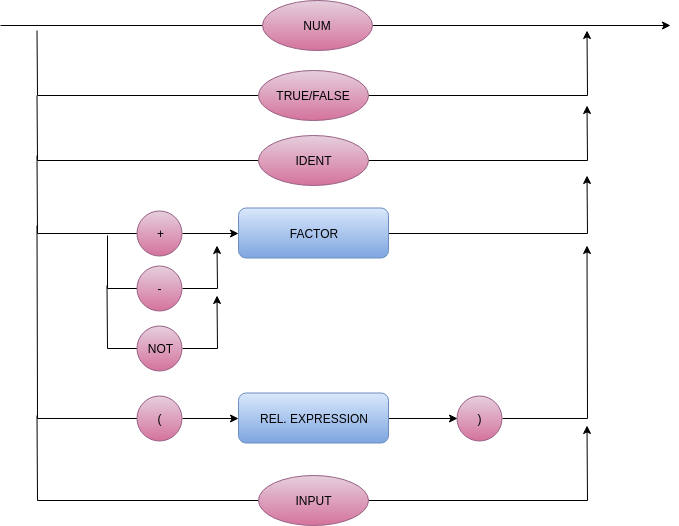
Leostayner/Compilador-LM keeps this draw.io diagram as Imgs/FACTOR.png. Above is the earlier version. Source tidied: cells renumbered, new cells last; positions are measured from the earlier drawing's top-left corner, leaving out a move shared by most shapes.
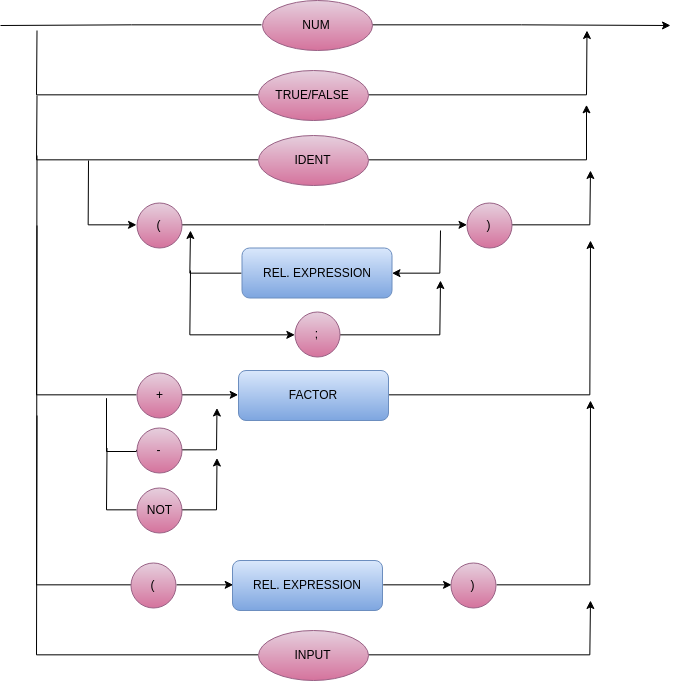
Above is the later version.

Change to the diagram source:
```diff
@@ -2,131 +2,179 @@
   <root>
     <mxCell id="0" />
     <mxCell id="1" parent="0" />
-    <mxCell id="2" style="edgeStyle=orthogonalEdgeStyle;rounded=0;jettySize=auto;html=1;exitX=1;exitY=0.5;exitDx=0;exitDy=0;endArrow=classic;endFill=1;" parent="1" edge="1" source="3">
-      <mxGeometry relative="1" as="geometry">
-        <mxPoint x="586.5" y="175" as="targetPoint" />
-      </mxGeometry>
-    </mxCell>
+    <mxCell id="32" style="edgeStyle=orthogonalEdgeStyle;rounded=0;jettySize=auto;html=1;exitX=1;exitY=0.5;exitDx=0;exitDy=0;startArrow=none;startFill=0;endArrow=classic;endFill=1;" parent="1" edge="1" source="3">
+      <mxGeometry relative="1" as="geometry">
+        <mxPoint x="3610" y="1250" as="targetPoint" />
+      </mxGeometry>
+    </mxCell>
     <mxCell id="3" value="FACTOR" style="rounded=1;whiteSpace=wrap;html=1;gradientColor=#7ea6e0;fillColor=#dae8fc;strokeColor=#6c8ebf;" parent="1" vertex="1">
-      <mxGeometry x="238" y="207.5" width="150" height="50" as="geometry" />
+      <mxGeometry x="3258" y="1380" width="150" height="50" as="geometry" />
     </mxCell>
-    <mxCell id="4" style="edgeStyle=orthogonalEdgeStyle;rounded=0;jettySize=auto;html=1;exitX=0;exitY=0.5;exitDx=0;exitDy=0;endArrow=none;endFill=0;" parent="1" edge="1" source="6">
-      <mxGeometry relative="1" as="geometry">
-        <mxPoint y="25" as="targetPoint" />
-      </mxGeometry>
-    </mxCell>
-    <mxCell id="5" style="edgeStyle=orthogonalEdgeStyle;rounded=0;jettySize=auto;html=1;exitX=1;exitY=0.5;exitDx=0;exitDy=0;" parent="1" edge="1" source="6">
-      <mxGeometry relative="1" as="geometry">
-        <mxPoint x="670" y="25" as="targetPoint" />
-      </mxGeometry>
-    </mxCell>
+    <mxCell id="33" style="edgeStyle=orthogonalEdgeStyle;rounded=0;jettySize=auto;html=1;exitX=0;exitY=0.5;exitDx=0;exitDy=0;endArrow=none;endFill=0;" parent="1" edge="1" source="6">
+      <mxGeometry relative="1" as="geometry">
+        <mxPoint x="3020" y="1035" as="targetPoint" />
+      </mxGeometry>
+    </mxCell>
+    <mxCell id="34" style="edgeStyle=orthogonalEdgeStyle;rounded=0;jettySize=auto;html=1;exitX=1;exitY=0.5;exitDx=0;exitDy=0;" parent="1" edge="1" source="6">
+      <mxGeometry relative="1" as="geometry">
+        <mxPoint x="3690" y="1035" as="targetPoint" />
+      </mxGeometry>
+    </mxCell>
     <mxCell id="6" value="NUM" style="ellipse;whiteSpace=wrap;html=1;gradientColor=#d5739d;fillColor=#e6d0de;strokeColor=#996185;" parent="1" vertex="1">
-      <mxGeometry x="261.5" width="110" height="50" as="geometry" />
+      <mxGeometry x="3281.5" y="1010" width="110" height="50" as="geometry" />
     </mxCell>
-    <mxCell id="7" style="edgeStyle=orthogonalEdgeStyle;rounded=0;jettySize=auto;html=1;exitX=0;exitY=0.5;exitDx=0;exitDy=0;endArrow=none;endFill=0;" parent="1" edge="1" source="9">
-      <mxGeometry relative="1" as="geometry">
-        <mxPoint x="36.5" y="95" as="targetPoint" />
-      </mxGeometry>
-    </mxCell>
-    <mxCell id="8" style="edgeStyle=orthogonalEdgeStyle;rounded=0;jettySize=auto;html=1;exitX=1;exitY=0.5;exitDx=0;exitDy=0;" parent="1" edge="1" source="9">
-      <mxGeometry relative="1" as="geometry">
-        <mxPoint x="586.5" y="105" as="targetPoint" />
-      </mxGeometry>
-    </mxCell>
+    <mxCell id="35" style="edgeStyle=orthogonalEdgeStyle;rounded=0;jettySize=auto;html=1;exitX=0;exitY=0.5;exitDx=0;exitDy=0;endArrow=none;endFill=0;" parent="1" edge="1" source="9">
+      <mxGeometry relative="1" as="geometry">
+        <mxPoint x="3056.5" y="1105" as="targetPoint" />
+      </mxGeometry>
+    </mxCell>
+    <mxCell id="36" style="edgeStyle=orthogonalEdgeStyle;rounded=0;jettySize=auto;html=1;exitX=1;exitY=0.5;exitDx=0;exitDy=0;" parent="1" edge="1" source="9">
+      <mxGeometry relative="1" as="geometry">
+        <mxPoint x="3606.5" y="1115" as="targetPoint" />
+        <Array as="points">
+          <mxPoint x="3607" y="1170" />
+        </Array>
+      </mxGeometry>
+    </mxCell>
     <mxCell id="9" value="IDENT" style="ellipse;whiteSpace=wrap;html=1;gradientColor=#d5739d;fillColor=#e6d0de;strokeColor=#996185;" parent="1" vertex="1">
-      <mxGeometry x="258" y="135" width="110" height="50" as="geometry" />
+      <mxGeometry x="3278" y="1145" width="110" height="50" as="geometry" />
     </mxCell>
-    <mxCell id="10" style="edgeStyle=orthogonalEdgeStyle;rounded=0;jettySize=auto;html=1;exitX=0;exitY=0.5;exitDx=0;exitDy=0;endArrow=none;endFill=0;" parent="1" edge="1" source="12">
-      <mxGeometry relative="1" as="geometry">
-        <mxPoint x="36.5" y="155" as="targetPoint" />
-      </mxGeometry>
-    </mxCell>
+    <mxCell id="37" style="edgeStyle=orthogonalEdgeStyle;rounded=0;jettySize=auto;html=1;exitX=0;exitY=0.5;exitDx=0;exitDy=0;endArrow=none;endFill=0;" parent="1" edge="1" source="12">
+      <mxGeometry relative="1" as="geometry">
+        <mxPoint x="3056.5" y="1165" as="targetPoint" />
+      </mxGeometry>
+    </mxCell>
     <mxCell id="11" style="edgeStyle=orthogonalEdgeStyle;rounded=0;jettySize=auto;html=1;exitX=1;exitY=0.5;exitDx=0;exitDy=0;entryX=0;entryY=0.5;entryDx=0;entryDy=0;" parent="1" edge="1" source="12" target="3">
       <mxGeometry relative="1" as="geometry" />
     </mxCell>
     <mxCell id="12" value="+&lt;br&gt;" style="ellipse;whiteSpace=wrap;html=1;gradientColor=#d5739d;fillColor=#e6d0de;strokeColor=#996185;" parent="1" vertex="1">
-      <mxGeometry x="136.5" y="210" width="45" height="45" as="geometry" />
+      <mxGeometry x="3156.5" y="1382.5" width="45" height="45" as="geometry" />
     </mxCell>
-    <mxCell id="13" style="edgeStyle=orthogonalEdgeStyle;rounded=0;jettySize=auto;html=1;exitX=0;exitY=0.5;exitDx=0;exitDy=0;endArrow=none;endFill=0;" parent="1" edge="1" source="15">
-      <mxGeometry relative="1" as="geometry">
-        <mxPoint x="106.5" y="235" as="targetPoint" />
-        <Array as="points">
-          <mxPoint x="106.5" y="288" />
-          <mxPoint x="106.5" y="235" />
-        </Array>
-      </mxGeometry>
-    </mxCell>
-    <mxCell id="14" style="edgeStyle=orthogonalEdgeStyle;rounded=0;jettySize=auto;html=1;exitX=1;exitY=0.5;exitDx=0;exitDy=0;" parent="1" edge="1" source="15">
-      <mxGeometry relative="1" as="geometry">
-        <mxPoint x="216.5" y="245" as="targetPoint" />
-      </mxGeometry>
-    </mxCell>
+    <mxCell id="38" style="edgeStyle=orthogonalEdgeStyle;rounded=0;jettySize=auto;html=1;exitX=0;exitY=0.5;exitDx=0;exitDy=0;endArrow=none;endFill=0;" parent="1" edge="1" source="15">
+      <mxGeometry relative="1" as="geometry">
+        <mxPoint x="3126.5" y="1407.5" as="targetPoint" />
+        <Array as="points">
+          <mxPoint x="3126.5" y="1460.5" />
+          <mxPoint x="3126.5" y="1407.5" />
+        </Array>
+      </mxGeometry>
+    </mxCell>
+    <mxCell id="39" style="edgeStyle=orthogonalEdgeStyle;rounded=0;jettySize=auto;html=1;exitX=1;exitY=0.5;exitDx=0;exitDy=0;" parent="1" edge="1" source="15">
+      <mxGeometry relative="1" as="geometry">
+        <mxPoint x="3236.5" y="1417.5" as="targetPoint" />
+      </mxGeometry>
+    </mxCell>
     <mxCell id="15" value="-&lt;br&gt;" style="ellipse;whiteSpace=wrap;html=1;gradientColor=#d5739d;fillColor=#e6d0de;strokeColor=#996185;" parent="1" vertex="1">
-      <mxGeometry x="136.5" y="265" width="45" height="45" as="geometry" />
+      <mxGeometry x="3156.5" y="1437.5" width="45" height="45" as="geometry" />
     </mxCell>
-    <mxCell id="16" style="edgeStyle=orthogonalEdgeStyle;rounded=0;jettySize=auto;html=1;exitX=0;exitY=0.5;exitDx=0;exitDy=0;endArrow=none;endFill=0;" parent="1" edge="1" source="18">
-      <mxGeometry relative="1" as="geometry">
-        <mxPoint x="36.5" y="225" as="targetPoint" />
-      </mxGeometry>
-    </mxCell>
-    <mxCell id="17" style="edgeStyle=orthogonalEdgeStyle;rounded=0;jettySize=auto;html=1;exitX=1;exitY=0.5;exitDx=0;exitDy=0;entryX=0;entryY=0.5;entryDx=0;entryDy=0;" parent="1" edge="1" source="18" target="22">
-      <mxGeometry relative="1" as="geometry" />
-    </mxCell>
-    <mxCell id="18" value="(&lt;br&gt;" style="ellipse;whiteSpace=wrap;html=1;gradientColor=#d5739d;fillColor=#e6d0de;strokeColor=#996185;" parent="1" vertex="1">
-      <mxGeometry x="136.5" y="395" width="45" height="45" as="geometry" />
-    </mxCell>
-    <mxCell id="19" style="edgeStyle=orthogonalEdgeStyle;rounded=0;jettySize=auto;html=1;exitX=1;exitY=0.5;exitDx=0;exitDy=0;" parent="1" edge="1" source="20">
-      <mxGeometry relative="1" as="geometry">
-        <mxPoint x="586.5" y="245" as="targetPoint" />
-      </mxGeometry>
-    </mxCell>
-    <mxCell id="20" value=")&lt;br&gt;" style="ellipse;whiteSpace=wrap;html=1;gradientColor=#d5739d;fillColor=#e6d0de;strokeColor=#996185;" parent="1" vertex="1">
-      <mxGeometry x="456.5" y="395" width="45" height="45" as="geometry" />
-    </mxCell>
-    <mxCell id="21" style="edgeStyle=orthogonalEdgeStyle;rounded=0;jettySize=auto;html=1;exitX=1;exitY=0.5;exitDx=0;exitDy=0;entryX=0;entryY=0.5;entryDx=0;entryDy=0;" parent="1" edge="1" source="22" target="20">
-      <mxGeometry relative="1" as="geometry" />
-    </mxCell>
-    <mxCell id="22" value="REL. EXPRESSION" style="rounded=1;whiteSpace=wrap;html=1;gradientColor=#7ea6e0;fillColor=#dae8fc;strokeColor=#6c8ebf;" parent="1" vertex="1">
-      <mxGeometry x="238" y="392.5" width="150" height="50" as="geometry" />
-    </mxCell>
-    <mxCell id="23" style="edgeStyle=orthogonalEdgeStyle;rounded=0;jettySize=auto;html=1;exitX=0;exitY=0.5;exitDx=0;exitDy=0;endArrow=none;endFill=0;" parent="1" edge="1" source="25">
-      <mxGeometry relative="1" as="geometry">
-        <mxPoint x="36.5" y="415" as="targetPoint" />
-      </mxGeometry>
-    </mxCell>
-    <mxCell id="24" style="edgeStyle=orthogonalEdgeStyle;rounded=0;jettySize=auto;html=1;exitX=1;exitY=0.5;exitDx=0;exitDy=0;" parent="1" edge="1" source="25">
-      <mxGeometry relative="1" as="geometry">
-        <mxPoint x="586.5" y="425" as="targetPoint" />
-      </mxGeometry>
-    </mxCell>
+    <mxCell id="40" style="edgeStyle=orthogonalEdgeStyle;rounded=0;jettySize=auto;html=1;exitX=0;exitY=0.5;exitDx=0;exitDy=0;endArrow=none;endFill=0;" parent="1" edge="1" source="42">
+      <mxGeometry relative="1" as="geometry">
+        <mxPoint x="3056.5" y="1235" as="targetPoint" />
+      </mxGeometry>
+    </mxCell>
+    <mxCell id="41" style="edgeStyle=orthogonalEdgeStyle;rounded=0;jettySize=auto;html=1;exitX=1;exitY=0.5;exitDx=0;exitDy=0;entryX=0;entryY=0.5;entryDx=0;entryDy=0;" parent="1" edge="1" source="42" target="46">
+      <mxGeometry relative="1" as="geometry" />
+    </mxCell>
+    <mxCell id="42" value="(&lt;br&gt;" style="ellipse;whiteSpace=wrap;html=1;gradientColor=#d5739d;fillColor=#e6d0de;strokeColor=#996185;" parent="1" vertex="1">
+      <mxGeometry x="3150.5" y="1572.5" width="45" height="45" as="geometry" />
+    </mxCell>
+    <mxCell id="43" style="edgeStyle=orthogonalEdgeStyle;rounded=0;jettySize=auto;html=1;exitX=1;exitY=0.5;exitDx=0;exitDy=0;startArrow=none;startFill=0;endArrow=classic;endFill=1;" parent="1" edge="1" source="44">
+      <mxGeometry relative="1" as="geometry">
+        <mxPoint x="3610" y="1410" as="targetPoint" />
+      </mxGeometry>
+    </mxCell>
+    <mxCell id="44" value=")&lt;br&gt;" style="ellipse;whiteSpace=wrap;html=1;gradientColor=#d5739d;fillColor=#e6d0de;strokeColor=#996185;" parent="1" vertex="1">
+      <mxGeometry x="3470.5" y="1572.5" width="45" height="45" as="geometry" />
+    </mxCell>
+    <mxCell id="45" style="edgeStyle=orthogonalEdgeStyle;rounded=0;jettySize=auto;html=1;exitX=1;exitY=0.5;exitDx=0;exitDy=0;entryX=0;entryY=0.5;entryDx=0;entryDy=0;" parent="1" edge="1" source="46" target="44">
+      <mxGeometry relative="1" as="geometry" />
+    </mxCell>
+    <mxCell id="46" value="REL. EXPRESSION" style="rounded=1;whiteSpace=wrap;html=1;gradientColor=#7ea6e0;fillColor=#dae8fc;strokeColor=#6c8ebf;" parent="1" vertex="1">
+      <mxGeometry x="3252" y="1570" width="150" height="50" as="geometry" />
+    </mxCell>
+    <mxCell id="47" style="edgeStyle=orthogonalEdgeStyle;rounded=0;jettySize=auto;html=1;exitX=0;exitY=0.5;exitDx=0;exitDy=0;endArrow=none;endFill=0;" parent="1" edge="1" source="25">
+      <mxGeometry relative="1" as="geometry">
+        <mxPoint x="3056.5" y="1425" as="targetPoint" />
+      </mxGeometry>
+    </mxCell>
+    <mxCell id="48" style="edgeStyle=orthogonalEdgeStyle;rounded=0;jettySize=auto;html=1;exitX=1;exitY=0.5;exitDx=0;exitDy=0;startArrow=none;startFill=0;endArrow=classic;endFill=1;" parent="1" edge="1" source="25">
+      <mxGeometry relative="1" as="geometry">
+        <mxPoint x="3610" y="1610" as="targetPoint" />
+      </mxGeometry>
+    </mxCell>
     <mxCell id="25" value="INPUT" style="ellipse;whiteSpace=wrap;html=1;gradientColor=#d5739d;fillColor=#e6d0de;strokeColor=#996185;" parent="1" vertex="1">
-      <mxGeometry x="258" y="475" width="110" height="50" as="geometry" />
+      <mxGeometry x="3278" y="1640" width="110" height="50" as="geometry" />
     </mxCell>
-    <mxCell id="26" style="edgeStyle=orthogonalEdgeStyle;rounded=0;jettySize=auto;html=1;exitX=0;exitY=0.5;exitDx=0;exitDy=0;endArrow=none;endFill=0;" parent="1" edge="1" source="28">
-      <mxGeometry relative="1" as="geometry">
-        <mxPoint x="106.5" y="285" as="targetPoint" />
-      </mxGeometry>
-    </mxCell>
-    <mxCell id="27" style="edgeStyle=orthogonalEdgeStyle;rounded=0;jettySize=auto;html=1;exitX=1;exitY=0.5;exitDx=0;exitDy=0;" parent="1" edge="1" source="28">
-      <mxGeometry relative="1" as="geometry">
-        <mxPoint x="216.5" y="295" as="targetPoint" />
-      </mxGeometry>
-    </mxCell>
+    <mxCell id="49" style="edgeStyle=orthogonalEdgeStyle;rounded=0;jettySize=auto;html=1;exitX=0;exitY=0.5;exitDx=0;exitDy=0;endArrow=none;endFill=0;" parent="1" edge="1" source="28">
+      <mxGeometry relative="1" as="geometry">
+        <mxPoint x="3126.5" y="1457.5" as="targetPoint" />
+      </mxGeometry>
+    </mxCell>
+    <mxCell id="50" style="edgeStyle=orthogonalEdgeStyle;rounded=0;jettySize=auto;html=1;exitX=1;exitY=0.5;exitDx=0;exitDy=0;" parent="1" edge="1" source="28">
+      <mxGeometry relative="1" as="geometry">
+        <mxPoint x="3236.5" y="1467.5" as="targetPoint" />
+      </mxGeometry>
+    </mxCell>
     <mxCell id="28" value="NOT&lt;br&gt;" style="ellipse;whiteSpace=wrap;html=1;gradientColor=#d5739d;fillColor=#e6d0de;strokeColor=#996185;" parent="1" vertex="1">
-      <mxGeometry x="136.5" y="325" width="45" height="45" as="geometry" />
+      <mxGeometry x="3156.5" y="1497.5" width="45" height="45" as="geometry" />
     </mxCell>
-    <mxCell id="29" style="edgeStyle=orthogonalEdgeStyle;rounded=0;jettySize=auto;html=1;exitX=0;exitY=0.5;exitDx=0;exitDy=0;endArrow=none;endFill=0;" parent="1" edge="1" source="31">
-      <mxGeometry relative="1" as="geometry">
-        <mxPoint x="36.5" y="30" as="targetPoint" />
-      </mxGeometry>
-    </mxCell>
-    <mxCell id="30" style="edgeStyle=orthogonalEdgeStyle;rounded=0;jettySize=auto;html=1;exitX=1;exitY=0.5;exitDx=0;exitDy=0;" parent="1" edge="1" source="31">
-      <mxGeometry relative="1" as="geometry">
-        <mxPoint x="586.5" y="30" as="targetPoint" />
-      </mxGeometry>
-    </mxCell>
+    <mxCell id="51" style="edgeStyle=orthogonalEdgeStyle;rounded=0;jettySize=auto;html=1;exitX=0;exitY=0.5;exitDx=0;exitDy=0;endArrow=none;endFill=0;" parent="1" edge="1" source="31">
+      <mxGeometry relative="1" as="geometry">
+        <mxPoint x="3056.5" y="1040" as="targetPoint" />
+      </mxGeometry>
+    </mxCell>
+    <mxCell id="52" style="edgeStyle=orthogonalEdgeStyle;rounded=0;jettySize=auto;html=1;exitX=1;exitY=0.5;exitDx=0;exitDy=0;" parent="1" edge="1" source="31">
+      <mxGeometry relative="1" as="geometry">
+        <mxPoint x="3606.5" y="1040" as="targetPoint" />
+      </mxGeometry>
+    </mxCell>
     <mxCell id="31" value="TRUE/FALSE" style="ellipse;whiteSpace=wrap;html=1;gradientColor=#d5739d;fillColor=#e6d0de;strokeColor=#996185;" parent="1" vertex="1">
-      <mxGeometry x="258" y="70" width="110" height="50" as="geometry" />
+      <mxGeometry x="3278" y="1080" width="110" height="50" as="geometry" />
     </mxCell>
+    <mxCell id="53" style="edgeStyle=orthogonalEdgeStyle;rounded=0;jettySize=auto;html=1;exitX=1;exitY=0.5;exitDx=0;exitDy=0;startArrow=none;startFill=0;endArrow=classic;endFill=1;" parent="1" edge="1" source="55" target="57">
+      <mxGeometry relative="1" as="geometry" />
+    </mxCell>
+    <mxCell id="54" style="edgeStyle=orthogonalEdgeStyle;rounded=0;jettySize=auto;html=1;exitX=0;exitY=0.5;exitDx=0;exitDy=0;startArrow=classic;startFill=1;endArrow=none;endFill=0;" parent="1" edge="1" source="55">
+      <mxGeometry relative="1" as="geometry">
+        <mxPoint x="3108" y="1170" as="targetPoint" />
+      </mxGeometry>
+    </mxCell>
+    <mxCell id="55" value="(&lt;br&gt;" style="ellipse;whiteSpace=wrap;html=1;gradientColor=#d5739d;fillColor=#e6d0de;strokeColor=#996185;" parent="1" vertex="1">
+      <mxGeometry x="3156.5" y="1212.5" width="45" height="45" as="geometry" />
+    </mxCell>
+    <mxCell id="56" style="edgeStyle=orthogonalEdgeStyle;rounded=0;jettySize=auto;html=1;exitX=1;exitY=0.5;exitDx=0;exitDy=0;startArrow=none;startFill=0;endArrow=classic;endFill=1;" parent="1" edge="1" source="57">
+      <mxGeometry relative="1" as="geometry">
+        <mxPoint x="3610" y="1180" as="targetPoint" />
+      </mxGeometry>
+    </mxCell>
+    <mxCell id="57" value=")&lt;br&gt;" style="ellipse;whiteSpace=wrap;html=1;gradientColor=#d5739d;fillColor=#e6d0de;strokeColor=#996185;" parent="1" vertex="1">
+      <mxGeometry x="3486.5" y="1212.5" width="45" height="45" as="geometry" />
+    </mxCell>
+    <mxCell id="58" style="edgeStyle=orthogonalEdgeStyle;rounded=0;jettySize=auto;html=1;startArrow=classic;startFill=1;endArrow=none;endFill=0;" parent="1" edge="1" source="60">
+      <mxGeometry relative="1" as="geometry">
+        <mxPoint x="3460" y="1240" as="targetPoint" />
+      </mxGeometry>
+    </mxCell>
+    <mxCell id="59" style="edgeStyle=orthogonalEdgeStyle;rounded=0;jettySize=auto;html=1;exitX=0;exitY=0.5;exitDx=0;exitDy=0;startArrow=none;startFill=0;endArrow=classic;endFill=1;" parent="1" edge="1" source="60">
+      <mxGeometry relative="1" as="geometry">
+        <mxPoint x="3210" y="1240" as="targetPoint" />
+      </mxGeometry>
+    </mxCell>
+    <mxCell id="60" value="REL. EXPRESSION" style="rounded=1;whiteSpace=wrap;html=1;gradientColor=#7ea6e0;fillColor=#dae8fc;strokeColor=#6c8ebf;" parent="1" vertex="1">
+      <mxGeometry x="3261.5" y="1257.5" width="150" height="50" as="geometry" />
+    </mxCell>
+    <mxCell id="61" style="edgeStyle=orthogonalEdgeStyle;rounded=0;jettySize=auto;html=1;exitX=0;exitY=0.5;exitDx=0;exitDy=0;startArrow=classic;startFill=1;endArrow=none;endFill=0;" parent="1" edge="1" source="63">
+      <mxGeometry relative="1" as="geometry">
+        <mxPoint x="3210" y="1280" as="targetPoint" />
+      </mxGeometry>
+    </mxCell>
+    <mxCell id="62" style="edgeStyle=orthogonalEdgeStyle;rounded=0;jettySize=auto;html=1;exitX=1;exitY=0.5;exitDx=0;exitDy=0;startArrow=none;startFill=0;endArrow=classic;endFill=1;" parent="1" edge="1" source="63">
+      <mxGeometry relative="1" as="geometry">
+        <mxPoint x="3460" y="1290" as="targetPoint" />
+      </mxGeometry>
+    </mxCell>
+    <mxCell id="63" value=";&lt;br&gt;" style="ellipse;whiteSpace=wrap;html=1;gradientColor=#d5739d;fillColor=#e6d0de;strokeColor=#996185;" parent="1" vertex="1">
+      <mxGeometry x="3314" y="1321.5" width="45" height="45" as="geometry" />
+    </mxCell>
   </root>
 </mxGraphModel>
```
